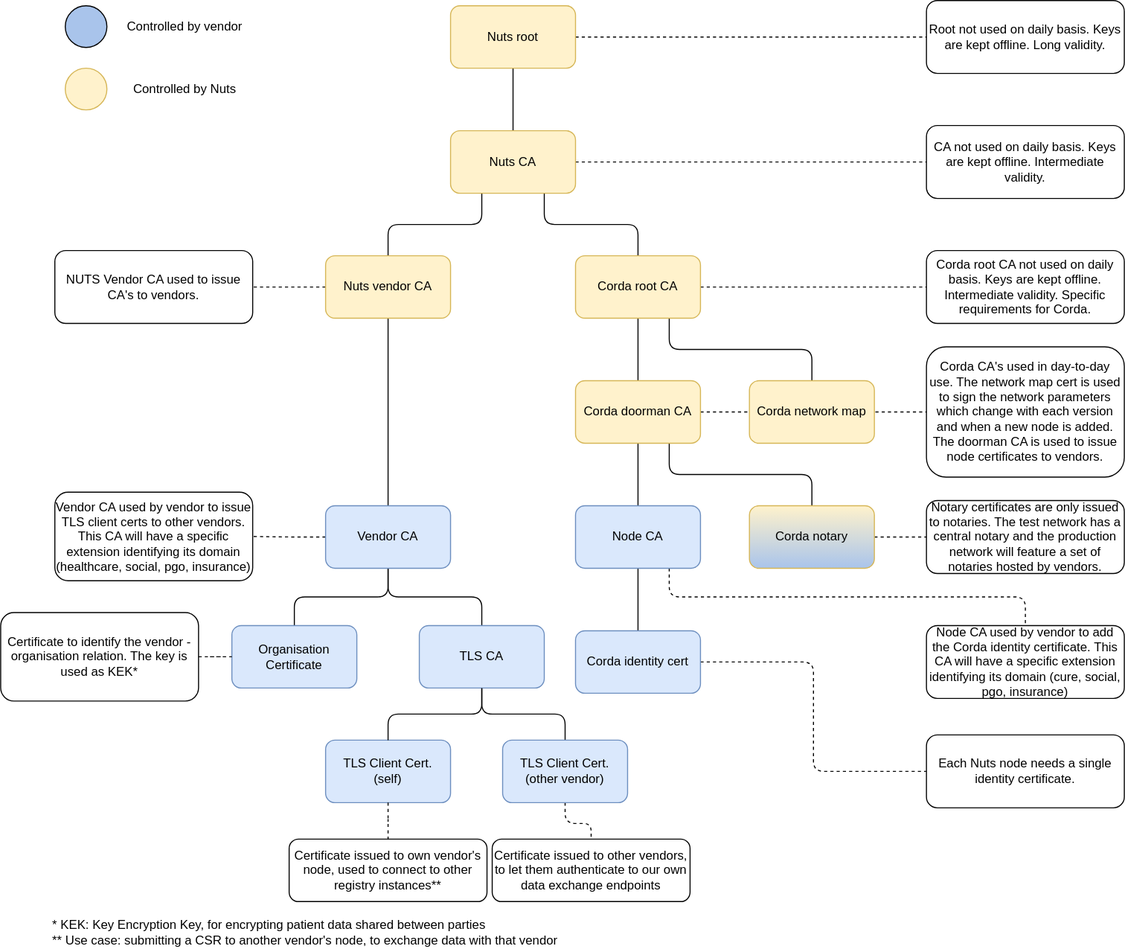
The draw.io diagram _static/images/certificates.svg in nuts-foundation/nuts-documentation, before a commit. Source tidied: cells renumbered, new cells last; positions are measured from the earlier drawing's top-left corner, leaving out a move shared by most shapes.
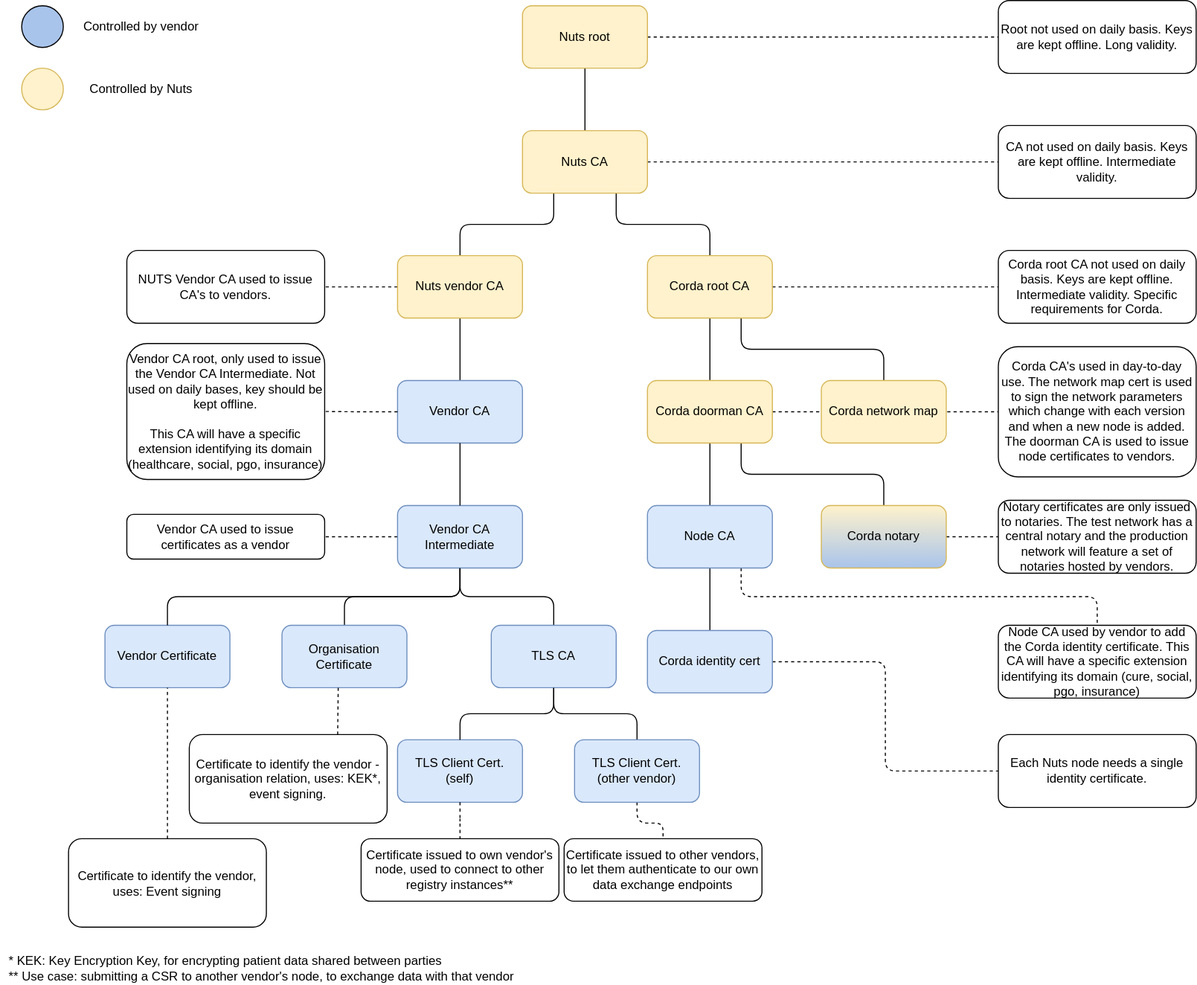
Above is the later version.

Commit message:
Added Vendor and Vendor CA Intermediate to cert spec

Diff of the diagram source:
```diff
@@ -23,8 +23,13 @@
     <mxCell id="8" value="Nuts CA" style="rounded=1;whiteSpace=wrap;html=1;fillColor=#fff2cc;strokeColor=#d6b656;fontColor=#000000;" parent="1" vertex="1">
       <mxGeometry x="432" y="125" width="120" height="60" as="geometry" />
     </mxCell>
-    <mxCell id="9" style="edgeStyle=orthogonalEdgeStyle;rounded=1;jettySize=auto;html=1;exitX=0.5;exitY=1;exitDx=0;exitDy=0;endArrow=none;endFill=0;fontColor=#000000;" parent="1" edge="1" source="11" target="29">
-      <mxGeometry relative="1" as="geometry" />
+    <mxCell id="9" style="edgeStyle=orthogonalEdgeStyle;rounded=1;jettySize=auto;html=1;exitX=0.5;exitY=1;exitDx=0;exitDy=0;endArrow=none;endFill=0;fontColor=#000000;entryX=0.5;entryY=0;entryDx=0;entryDy=0;" parent="1" edge="1" source="11" target="62">
+      <mxGeometry relative="1" as="geometry">
+        <Array as="points">
+          <mxPoint x="372" y="345" />
+          <mxPoint x="372" y="345" />
+        </Array>
+      </mxGeometry>
     </mxCell>
     <mxCell id="10" style="edgeStyle=orthogonalEdgeStyle;rounded=1;jettySize=auto;html=1;exitX=0;exitY=0.5;exitDx=0;exitDy=0;dashed=1;endArrow=none;endFill=0;" parent="1" edge="1" source="11" target="44">
       <mxGeometry relative="1" as="geometry" />
@@ -80,14 +85,14 @@
     <mxCell id="27" style="edgeStyle=orthogonalEdgeStyle;rounded=1;jettySize=auto;html=1;exitX=0;exitY=0.5;exitDx=0;exitDy=0;dashed=1;endArrow=none;endFill=0;" parent="1" edge="1" source="29" target="45">
       <mxGeometry relative="1" as="geometry" />
     </mxCell>
-    <mxCell id="28" style="edgeStyle=orthogonalEdgeStyle;rounded=1;jettySize=auto;html=1;endArrow=none;endFill=0;" parent="1" edge="1" source="29" target="30">
+    <mxCell id="28" style="edgeStyle=orthogonalEdgeStyle;rounded=1;jettySize=auto;html=1;endArrow=none;endFill=0;entryX=0.5;entryY=0;entryDx=0;entryDy=0;" parent="1" edge="1" source="29" target="30">
       <mxGeometry relative="1" as="geometry" />
     </mxCell>
-    <mxCell id="29" value="Vendor CA" style="rounded=1;whiteSpace=wrap;html=1;fillColor=#dae8fc;strokeColor=#6c8ebf;" parent="1" vertex="1">
+    <mxCell id="29" value="Vendor CA Intermediate" style="rounded=1;whiteSpace=wrap;html=1;fillColor=#dae8fc;strokeColor=#6c8ebf;" parent="1" vertex="1">
       <mxGeometry x="312" y="485" width="120" height="60" as="geometry" />
     </mxCell>
     <mxCell id="30" value="Organisation Certificate" style="rounded=1;whiteSpace=wrap;html=1;fillColor=#dae8fc;strokeColor=#6c8ebf;" parent="1" vertex="1">
-      <mxGeometry x="222" y="600" width="120" height="60" as="geometry" />
+      <mxGeometry x="201" y="600" width="120" height="60" as="geometry" />
     </mxCell>
     <mxCell id="31" style="edgeStyle=orthogonalEdgeStyle;rounded=1;jettySize=auto;html=1;exitX=1;exitY=0.5;exitDx=0;exitDy=0;entryX=0;entryY=0.5;entryDx=0;entryDy=0;dashed=1;endArrow=none;endFill=0;fontColor=#000000;" parent="1" edge="1" source="32" target="43">
       <mxGeometry relative="1" as="geometry" />
@@ -131,32 +136,34 @@
     <mxCell id="44" value="NUTS Vendor CA used to issue CA's to vendors." style="text;html=1;align=center;verticalAlign=middle;whiteSpace=wrap;rounded=1;strokeColor=#000000;fillColor=#ffffff;fontColor=#000000;" parent="1" vertex="1">
       <mxGeometry x="52" y="240" width="190" height="70" as="geometry" />
     </mxCell>
-    <mxCell id="45" value="Vendor CA used by vendor to issue TLS client certs to other vendors. This CA will have a specific extension identifying its domain (healthcare, social, pgo, insurance)" style="text;html=1;align=center;verticalAlign=middle;whiteSpace=wrap;rounded=1;strokeColor=#000000;fillColor=#ffffff;fontColor=#000000;" parent="1" vertex="1">
-      <mxGeometry x="52" y="472" width="190" height="85" as="geometry" />
+    <mxCell id="45" value="Vendor CA used to issue certificates as a vendor" style="text;html=1;align=center;verticalAlign=middle;whiteSpace=wrap;rounded=1;strokeColor=#000000;fillColor=#ffffff;fontColor=#000000;" parent="1" vertex="1">
+      <mxGeometry x="52" y="493.5" width="190" height="43" as="geometry" />
     </mxCell>
     <mxCell id="46" value="Certificate issued to other vendors, to let them authenticate to our own data exchange endpoints" style="text;html=1;align=center;verticalAlign=middle;whiteSpace=wrap;rounded=1;strokeColor=#000000;fillColor=#ffffff;fontColor=#000000;" parent="1" vertex="1">
       <mxGeometry x="472" y="805" width="190" height="60" as="geometry" />
     </mxCell>
     <mxCell id="47" style="ellipse;whiteSpace=wrap;html=1;rounded=1;strokeColor=#000000;fillColor=#A9C4EB;gradientColor=none;align=center;" parent="1" vertex="1">
-      <mxGeometry x="62" y="5" width="40" height="40" as="geometry" />
+      <mxGeometry x="-49" y="5" width="40" height="40" as="geometry" />
     </mxCell>
     <mxCell id="48" value="Controlled by vendor" style="text;html=1;strokeColor=none;fillColor=none;align=center;verticalAlign=middle;whiteSpace=wrap;rounded=0;" parent="1" vertex="1">
-      <mxGeometry x="112" y="15" width="130" height="20" as="geometry" />
+      <mxGeometry x="1" y="15" width="130" height="20" as="geometry" />
     </mxCell>
     <mxCell id="49" style="ellipse;whiteSpace=wrap;html=1;rounded=1;strokeColor=#d6b656;fillColor=#fff2cc;align=center;" parent="1" vertex="1">
-      <mxGeometry x="62" y="65" width="40" height="40" as="geometry" />
+      <mxGeometry x="-49" y="65" width="40" height="40" as="geometry" />
     </mxCell>
     <mxCell id="50" value="Controlled by Nuts" style="text;html=1;strokeColor=none;fillColor=none;align=center;verticalAlign=middle;whiteSpace=wrap;rounded=0;" parent="1" vertex="1">
-      <mxGeometry x="112" y="75" width="130" height="20" as="geometry" />
+      <mxGeometry x="1" y="75" width="130" height="20" as="geometry" />
     </mxCell>
-    <mxCell id="51" style="edgeStyle=entityRelationEdgeStyle;rounded=1;jettySize=auto;html=1;dashed=1;endArrow=none;endFill=0;" parent="1" edge="1" source="52" target="30">
-      <mxGeometry relative="1" as="geometry" />
+    <mxCell id="51" style="rounded=1;jettySize=auto;html=1;dashed=1;endArrow=none;endFill=0;exitX=0.75;exitY=0;exitDx=0;exitDy=0;" parent="1" edge="1" source="52">
+      <mxGeometry relative="1" as="geometry">
+        <mxPoint x="255" y="660" as="targetPoint" />
+      </mxGeometry>
     </mxCell>
-    <mxCell id="52" value="Certificate to identify the vendor - organisation relation. The key is used as KEK*" style="text;html=1;align=center;verticalAlign=middle;whiteSpace=wrap;rounded=1;strokeColor=#000000;fillColor=#ffffff;fontColor=#000000;" parent="1" vertex="1">
-      <mxGeometry y="587.5" width="190" height="85" as="geometry" />
+    <mxCell id="52" value="Certificate to identify the vendor - organisation relation, uses: KEK*, event signing." style="text;html=1;align=center;verticalAlign=middle;whiteSpace=wrap;rounded=1;strokeColor=#000000;fillColor=#ffffff;fontColor=#000000;" parent="1" vertex="1">
+      <mxGeometry x="112" y="705" width="190" height="85" as="geometry" />
     </mxCell>
     <mxCell id="53" value="&lt;div style=&quot;text-align: left&quot;&gt;&lt;span&gt;* KEK: Key Encryption Key, for encrypting patient data shared between parties&lt;br&gt;&lt;/span&gt;&lt;/div&gt;&lt;div style=&quot;text-align: left&quot;&gt;&lt;span&gt;** Use case: submitting a CSR to another vendor's node, to exchange data with that vendor&lt;/span&gt;&lt;/div&gt;" style="text;html=1;align=center;verticalAlign=middle;fillColor=none;strokeColor=none;rounded=0;" parent="1" vertex="1">
-      <mxGeometry x="42" y="880" width="500" height="30" as="geometry" />
+      <mxGeometry x="-69" y="915" width="500" height="30" as="geometry" />
     </mxCell>
     <mxCell id="54" value="TLS Client Cert.&lt;br&gt;(self)" style="rounded=1;whiteSpace=wrap;html=1;fillColor=#dae8fc;strokeColor=#6c8ebf;" parent="1" vertex="1">
       <mxGeometry x="312" y="710" width="120" height="60" as="geometry" />
@@ -170,5 +177,34 @@
     <mxCell id="57" style="edgeStyle=orthogonalEdgeStyle;rounded=1;jettySize=auto;html=1;dashed=1;endArrow=none;endFill=0;exitX=0.5;exitY=1;exitDx=0;exitDy=0;" parent="1" edge="1" source="54" target="56">
       <mxGeometry relative="1" as="geometry" />
     </mxCell>
+    <mxCell id="58" value="Vendor Certificate" style="rounded=1;whiteSpace=wrap;html=1;fillColor=#dae8fc;strokeColor=#6c8ebf;" parent="1" vertex="1">
+      <mxGeometry x="31" y="600" width="120" height="60" as="geometry" />
+    </mxCell>
+    <mxCell id="59" style="edgeStyle=orthogonalEdgeStyle;rounded=1;jettySize=auto;html=1;endArrow=none;endFill=0;exitX=0.5;exitY=1;exitDx=0;exitDy=0;" parent="1" edge="1" source="29" target="58">
+      <mxGeometry relative="1" as="geometry" />
+    </mxCell>
+    <mxCell id="60" value="Certificate to identify the vendor, uses: Event signing" style="text;html=1;align=center;verticalAlign=middle;whiteSpace=wrap;rounded=1;strokeColor=#000000;fillColor=#ffffff;fontColor=#000000;" parent="1" vertex="1">
+      <mxGeometry x="-4" y="805" width="190" height="85" as="geometry" />
+    </mxCell>
+    <mxCell id="61" style="rounded=1;jettySize=auto;html=1;dashed=1;endArrow=none;endFill=0;entryX=0.5;entryY=1;entryDx=0;entryDy=0;" parent="1" edge="1" source="60" target="58">
+      <mxGeometry relative="1" as="geometry" />
+    </mxCell>
+    <mxCell id="62" value="Vendor CA" style="rounded=1;whiteSpace=wrap;html=1;fillColor=#dae8fc;strokeColor=#6c8ebf;" parent="1" vertex="1">
+      <mxGeometry x="312" y="365" width="120" height="60" as="geometry" />
+    </mxCell>
+    <mxCell id="63" style="edgeStyle=orthogonalEdgeStyle;rounded=1;jettySize=auto;html=1;exitX=0.5;exitY=1;exitDx=0;exitDy=0;endArrow=none;endFill=0;fontColor=#000000;entryX=0.5;entryY=0;entryDx=0;entryDy=0;" parent="1" edge="1" source="62" target="29">
+      <mxGeometry relative="1" as="geometry">
+        <Array as="points">
+          <mxPoint x="372" y="455" />
+          <mxPoint x="372" y="455" />
+        </Array>
+      </mxGeometry>
+    </mxCell>
+    <mxCell id="64" value="Vendor CA root, only used to issue the Vendor CA Intermediate. Not used on daily bases, key should be kept offline.&lt;br&gt;&lt;br&gt;This CA will have a specific extension identifying its domain (healthcare, social, pgo, insurance)" style="text;html=1;align=center;verticalAlign=middle;whiteSpace=wrap;rounded=1;strokeColor=#000000;fillColor=#ffffff;fontColor=#000000;" parent="1" vertex="1">
+      <mxGeometry x="52" y="329.4" width="190" height="130.6" as="geometry" />
+    </mxCell>
+    <mxCell id="65" style="edgeStyle=orthogonalEdgeStyle;rounded=1;jettySize=auto;html=1;exitX=0;exitY=0.5;exitDx=0;exitDy=0;dashed=1;endArrow=none;endFill=0;entryX=1;entryY=0.5;entryDx=0;entryDy=0;" parent="1" edge="1" source="62" target="64">
+      <mxGeometry relative="1" as="geometry" />
+    </mxCell>
   </root>
 </mxGraphModel>
```
